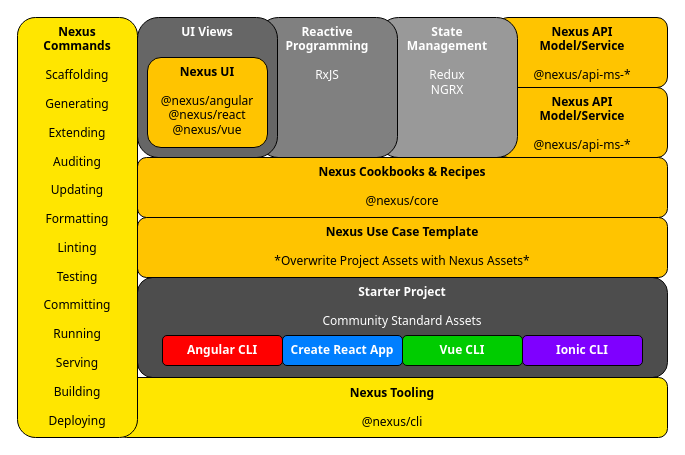
Above: Nexus UI Arch.drawio in hikumealan/draw-io-diagrams (draw.io), before the change. Source tidied: cells renumbered, new cells numbered last; positions are measured from the earlier drawing's top-left corner, leaving out a move shared by most shapes. Both pictures are drawn from the tidied source at 100%, with x=0, y=0 at pixel (17, 17).
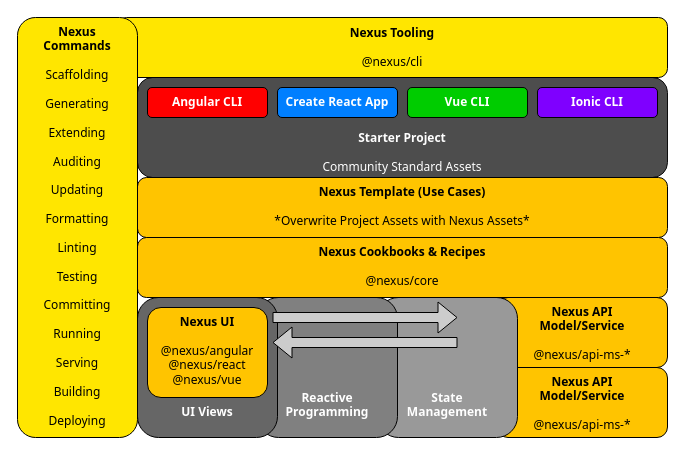
The same page after the edit.

What changed in the source:
```diff
@@
     <mxCell id="2" value="&lt;b&gt;Nexus API &lt;br&gt;Model/Service&lt;br&gt;&lt;/b&gt;&lt;br&gt;@nexus/api-ms-*" style="rounded=1;whiteSpace=wrap;html=1;verticalAlign=top;fillColor=#FFC400;fontFamily=Tahoma;spacing=3;" parent="1" vertex="1">
-      <mxGeometry x="480" width="170" height="70" as="geometry" />
+      <mxGeometry x="480" y="280" width="170" height="70" as="geometry" />
     </mxCell>
     <mxCell id="3" value="&lt;b&gt;Nexus API &lt;br&gt;Model/Service&lt;br&gt;&lt;/b&gt;&lt;br&gt;@nexus/api-ms-*" style="rounded=1;whiteSpace=wrap;html=1;verticalAlign=top;fillColor=#FFC400;fontFamily=Tahoma;spacing=3;" parent="1" vertex="1">
-      <mxGeometry x="480" y="70" width="170" height="70" as="geometry" />
+      <mxGeometry x="480" y="350" width="170" height="70" as="geometry" />
     </mxCell>
-    <mxCell id="4" value="&lt;b&gt;State &lt;br&gt;Management&lt;br&gt;&lt;/b&gt;&lt;br&gt;Redux&lt;br&gt;NGRX" style="rounded=1;whiteSpace=wrap;html=1;verticalAlign=top;fontColor=#FFFFFF;fontFamily=Tahoma;fillColor=#999999;spacing=3;" parent="1" vertex="1">
-      <mxGeometry x="360" width="140" height="140" as="geometry" />
+    <mxCell id="4" value="&lt;b&gt;State &lt;br&gt;Management&lt;br&gt;&lt;/b&gt;&lt;br&gt;" style="rounded=1;whiteSpace=wrap;html=1;verticalAlign=bottom;fontColor=#FFFFFF;fontFamily=Tahoma;fillColor=#999999;spacing=3;" parent="1" vertex="1">
+      <mxGeometry x="360" y="280" width="140" height="140" as="geometry" />
     </mxCell>
-    <mxCell id="5" value="&lt;b&gt;Reactive Programming&lt;/b&gt;&lt;br&gt;&lt;br&gt;RxJS" style="rounded=1;whiteSpace=wrap;html=1;verticalAlign=top;fontColor=#FFFFFF;fontFamily=Tahoma;fillColor=#808080;spacing=3;" parent="1" vertex="1">
-      <mxGeometry x="240" width="140" height="140" as="geometry" />
+    <mxCell id="5" value="&lt;b&gt;Reactive Programming&lt;/b&gt;&lt;br&gt;&lt;br&gt;" style="rounded=1;whiteSpace=wrap;html=1;verticalAlign=bottom;fontColor=#FFFFFF;fontFamily=Tahoma;fillColor=#808080;spacing=3;" parent="1" vertex="1">
+      <mxGeometry x="240" y="280" width="140" height="140" as="geometry" />
     </mxCell>
-    <mxCell id="6" value="&lt;b&gt;UI Views&lt;/b&gt;&lt;br&gt;&lt;br&gt;" style="rounded=1;whiteSpace=wrap;html=1;verticalAlign=top;fontColor=#FFFFFF;fontFamily=Tahoma;fillColor=#666666;spacing=3;" parent="1" vertex="1">
-      <mxGeometry x="120" width="140" height="140" as="geometry" />
+    <mxCell id="6" value="&lt;b&gt;UI Views&lt;/b&gt;&lt;br&gt;&lt;br&gt;" style="rounded=1;whiteSpace=wrap;html=1;verticalAlign=bottom;fontColor=#FFFFFF;fontFamily=Tahoma;fillColor=#666666;spacing=3;" parent="1" vertex="1">
+      <mxGeometry x="120" y="280" width="140" height="140" as="geometry" />
     </mxCell>
-    <mxCell id="7" value="&lt;b&gt;Starter Project&lt;br&gt;&lt;/b&gt;&lt;br&gt;Community Standard Assets" style="rounded=1;whiteSpace=wrap;html=1;verticalAlign=top;strokeColor=#0D0D0D;fontColor=#FFFFFF;fillColor=#4D4D4D;fontFamily=Tahoma;spacing=3;" parent="1" vertex="1">
-      <mxGeometry x="120" y="260" width="530" height="100" as="geometry" />
+    <mxCell id="7" value="&lt;b&gt;Starter Project&lt;br&gt;&lt;/b&gt;&lt;br&gt;Community Standard Assets" style="rounded=1;whiteSpace=wrap;html=1;verticalAlign=bottom;strokeColor=#0D0D0D;fontColor=#FFFFFF;fillColor=#4D4D4D;fontFamily=Tahoma;spacing=3;" parent="1" vertex="1">
+      <mxGeometry x="120" y="60" width="530" height="100" as="geometry" />
     </mxCell>
     <mxCell id="8" value="&lt;b&gt;Nexus Cookbooks &amp;amp; Recipes&lt;/b&gt;&lt;br&gt;&lt;br&gt;@nexus/core" style="rounded=1;whiteSpace=wrap;html=1;verticalAlign=top;strokeColor=#030201;fillColor=#FFC400;fontFamily=Tahoma;spacing=3;" parent="1" vertex="1">
-      <mxGeometry x="120" y="140" width="530" height="60" as="geometry" />
+      <mxGeometry x="120" y="220" width="530" height="60" as="geometry" />
     </mxCell>
     <mxCell id="9" value="Angular CLI" style="rounded=1;whiteSpace=wrap;html=1;fontStyle=1;fillColor=#FF0000;fontColor=#FFFFFF;fontFamily=Tahoma;spacing=3;" parent="1" vertex="1">
-      <mxGeometry x="145" y="318" width="120" height="30" as="geometry" />
+      <mxGeometry x="130" y="70" width="120" height="30" as="geometry" />
     </mxCell>
     <mxCell id="10" value="Create React App" style="rounded=1;whiteSpace=wrap;html=1;fontStyle=1;fillColor=#007FFF;fontColor=#FFFFFF;fontFamily=Tahoma;spacing=3;" parent="1" vertex="1">
-      <mxGeometry x="265" y="318" width="120" height="30" as="geometry" />
+      <mxGeometry x="260" y="70" width="120" height="30" as="geometry" />
     </mxCell>
     <mxCell id="11" value="Vue CLI" style="rounded=1;whiteSpace=wrap;html=1;fillColor=#00CC00;strokeColor=#040503;fontColor=#FFFFFF;fontStyle=1;fontFamily=Tahoma;spacing=3;" parent="1" vertex="1">
-      <mxGeometry x="385" y="318" width="120" height="30" as="geometry" />
+      <mxGeometry x="390" y="70" width="120" height="30" as="geometry" />
     </mxCell>
     <mxCell id="12" value="Ionic CLI" style="rounded=1;whiteSpace=wrap;html=1;strokeColor=#030303;fontColor=#FFFFFF;fontStyle=1;fontFamily=Tahoma;fillColor=#7F00FF;spacing=3;" parent="1" vertex="1">
-      <mxGeometry x="505" y="318" width="120" height="30" as="geometry" />
+      <mxGeometry x="520" y="70" width="120" height="30" as="geometry" />
     </mxCell>
     <mxCell id="13" value="&lt;b&gt;Nexus UI&lt;/b&gt;&lt;br&gt;&lt;br&gt;@nexus/angular&lt;br&gt;@nexus/react&lt;br&gt;@nexus/vue" style="rounded=1;whiteSpace=wrap;html=1;verticalAlign=top;fillColor=#FFC400;fontFamily=Tahoma;spacing=3;" parent="1" vertex="1">
-      <mxGeometry x="130" y="40" width="120" height="90" as="geometry" />
+      <mxGeometry x="130" y="290" width="120" height="90" as="geometry" />
     </mxCell>
     <mxCell id="14" value="&lt;b&gt;Nexus Tooling&lt;/b&gt;&lt;br&gt;&lt;br&gt;@nexus/cli" style="rounded=1;whiteSpace=wrap;html=1;fillColor=#ffe600;fontFamily=Tahoma;spacing=3;" parent="1" vertex="1">
-      <mxGeometry x="100" y="360" width="550" height="60" as="geometry" />
+      <mxGeometry x="100" width="550" height="60" as="geometry" />
     </mxCell>
-    <mxCell id="15" value="&lt;b&gt;Nexus Use Case Template&lt;br&gt;&lt;/b&gt;&lt;br&gt;*Overwrite Project Assets with Nexus Assets*" style="rounded=1;whiteSpace=wrap;html=1;verticalAlign=top;fillColor=#FFC400;fontFamily=Tahoma;spacing=3;" parent="1" vertex="1">
-      <mxGeometry x="120" y="200" width="530" height="60" as="geometry" />
+    <mxCell id="15" value="&lt;b&gt;Nexus Template (Use Cases)&lt;br&gt;&lt;/b&gt;&lt;br&gt;*Overwrite Project Assets with Nexus Assets*" style="rounded=1;whiteSpace=wrap;html=1;verticalAlign=top;fillColor=#FFC400;fontFamily=Tahoma;spacing=3;" parent="1" vertex="1">
+      <mxGeometry x="120" y="160" width="530" height="60" as="geometry" />
     </mxCell>
@@
+    <mxCell id="17" style="shape=flexArrow;endArrow=classic;html=1;width=10;fillColor=#CCCCCC;" parent="1" edge="1">
+      <mxGeometry relative="1" as="geometry">
+        <mxPoint x="255" y="300" as="sourcePoint" />
+        <mxPoint x="440" y="300" as="targetPoint" />
+      </mxGeometry>
+    </mxCell>
+    <mxCell id="18" style="shape=flexArrow;endArrow=classic;html=1;fillColor=#CCCCCC;" parent="1" edge="1">
+      <mxGeometry relative="1" as="geometry">
+        <mxPoint x="440" y="325" as="sourcePoint" />
+        <mxPoint x="255" y="325" as="targetPoint" />
+      </mxGeometry>
+    </mxCell>
```
